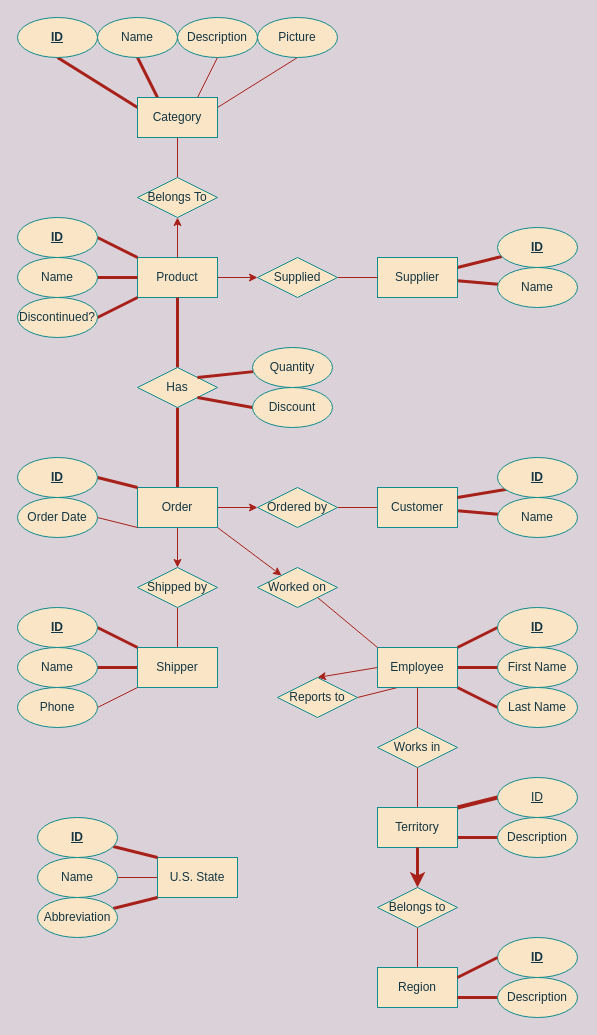
AmandaShuman/SQLpython keeps this draw.io diagram as week1/workshop/part1_template.drawio. Above is the earlier version. Source tidied: cells renumbered, new cells numbered last; positions are measured from the earlier drawing's top-left corner, leaving out a move shared by most shapes. Both pictures are drawn from the tidied source at 100%, with x=0, y=0 at pixel (17, 17).
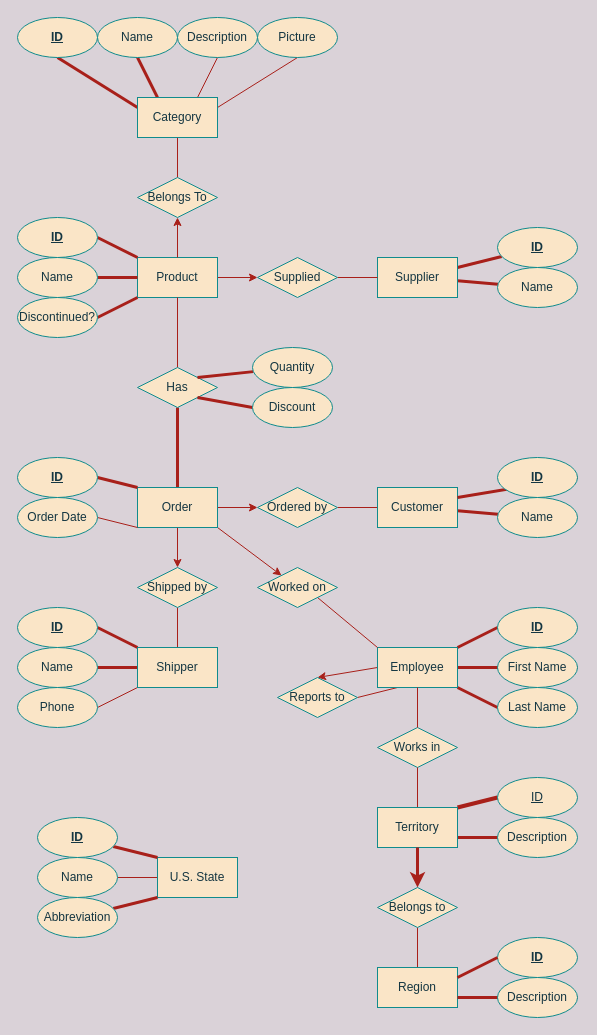
The same page after the edit.

The change refers to these unchanged cells:
```xml
<mxCell id="3" value="Product" style="rounded=0;whiteSpace=wrap;html=1;fillColor=#FAE5C7;strokeColor=#0F8B8D;fontColor=#143642;" parent="1" vertex="1">
  <mxGeometry x="120" y="240" width="80" height="40" as="geometry" />
</mxCell>
<mxCell id="84" value="Has" style="rhombus;whiteSpace=wrap;html=1;fillColor=#FAE5C7;strokeColor=#0F8B8D;fontColor=#143642;" parent="1" vertex="1">
  <mxGeometry x="120" y="350" width="80" height="40" as="geometry" />
</mxCell>
```

What changed in the source:
```diff
@@
-    <mxCell id="83" style="edgeStyle=orthogonalEdgeStyle;rounded=0;jettySize=auto;html=1;exitX=0.5;exitY=0;exitDx=0;exitDy=0;entryX=0.5;entryY=1;entryDx=0;entryDy=0;startArrow=none;startFill=0;endArrow=none;endFill=0;strokeWidth=3;labelBackgroundColor=#DAD2D8;strokeColor=#A8201A;fontColor=#143642;" parent="1" edge="1" source="84" target="3">
+    <mxCell id="83" style="edgeStyle=orthogonalEdgeStyle;rounded=0;jettySize=auto;html=1;exitX=0.5;exitY=0;exitDx=0;exitDy=0;entryX=0.5;entryY=1;entryDx=0;entryDy=0;startArrow=none;startFill=0;endArrow=none;endFill=0;strokeWidth=1;labelBackgroundColor=#DAD2D8;strokeColor=#A8201A;fontColor=#143642;" parent="1" edge="1" source="84" target="3">
       <mxGeometry relative="1" as="geometry" />
     </mxCell>
```
